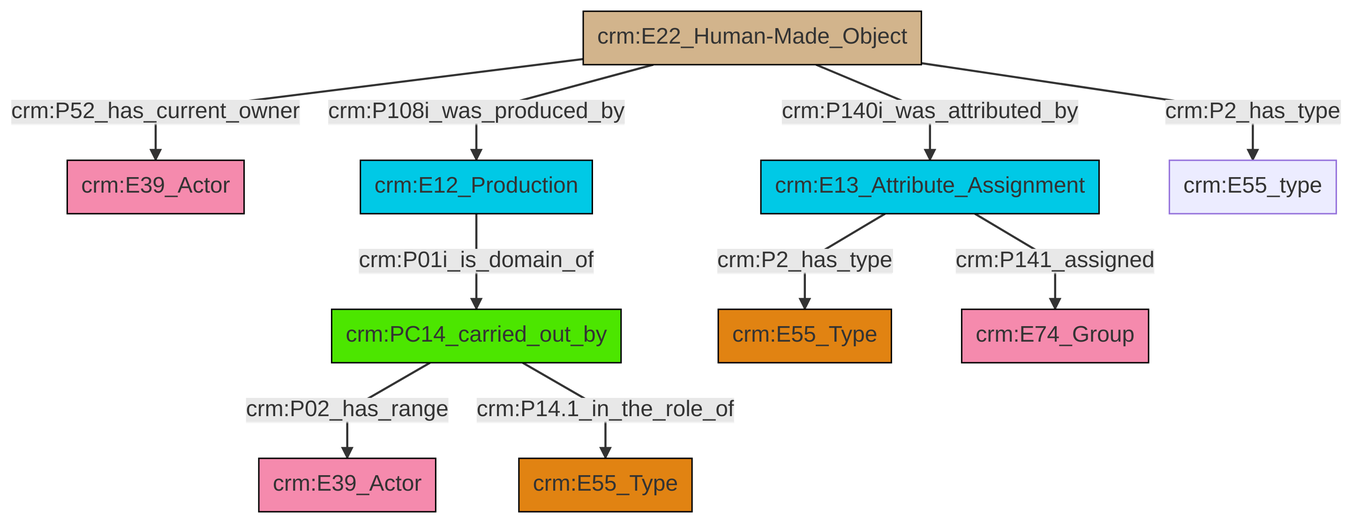
This is et/builtWorkCSV/ttl/mmd/png/Built_Work_actor_relations.png from swiss-art-research-net/docs.swissartresearch, a Mermaid export, as it was before one commit. Its source is kept beside it as et/builtWorkCSV/ttl/mmd/Built_Work_actor_relations.ttl.mmd.
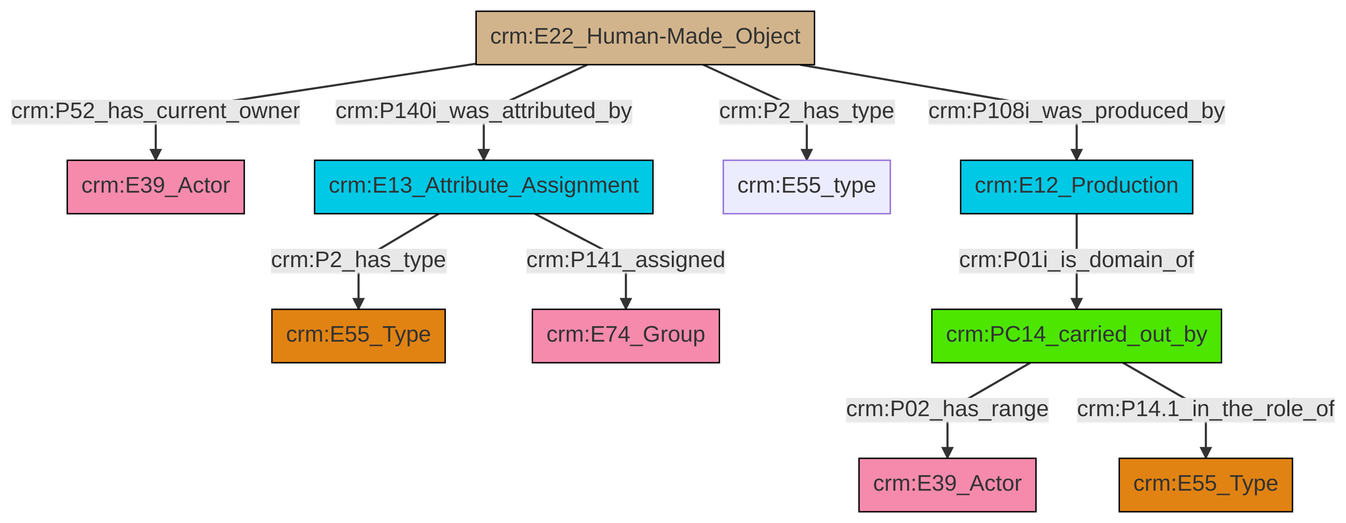
After the change.

What changed in the source:
```diff
@@ -13,12 +13,12 @@
 classDef PC_Classes fill:#4ce600, stroke:#000000;
 classDef Multi fill:#cccccc,stroke:#000000;
 
-0["crm:E13_Attribute_Assignment"]:::Temporal_Entity -->|crm:P2_has_type| 4["crm:E55_Type"]:::Type
-8["crm:E12_Production"]:::Temporal_Entity -->|crm:P01i_is_domain_of| 6["crm:PC14_carried_out_by"]:::PC_Classes
-6["crm:PC14_carried_out_by"]:::PC_Classes -->|crm:P02_has_range| 16["crm:E39_Actor"]:::Actor
-0["crm:E13_Attribute_Assignment"]:::Temporal_Entity -->|crm:P141_assigned| 17["crm:E74_Group"]:::Actor
-2["crm:E22_Human-Made_Object"]:::Physical_Thing -->|crm:P52_has_current_owner| 12["crm:E39_Actor"]:::Actor
-2["crm:E22_Human-Made_Object"]:::Physical_Thing -->|crm:P108i_was_produced_by| 8["crm:E12_Production"]:::Temporal_Entity
-6["crm:PC14_carried_out_by"]:::PC_Classes -->|crm:P14.1_in_the_role_of| 10["crm:E55_Type"]:::Type
-2["crm:E22_Human-Made_Object"]:::Physical_Thing -->|crm:P140i_was_attributed_by| 0["crm:E13_Attribute_Assignment"]:::Temporal_Entity
-2["crm:E22_Human-Made_Object"]:::Physical_Thing -->|crm:P2_has_type| 14["crm:E55_type"]:::Default
+6["crm:E13_Attribute_Assignment"]:::Temporal_Entity -->|crm:P2_has_type| 7["crm:E55_Type"]:::Type
+11["crm:PC14_carried_out_by"]:::PC_Classes -->|crm:P02_has_range| 12["crm:E39_Actor"]:::Actor
+6["crm:E13_Attribute_Assignment"]:::Temporal_Entity -->|crm:P141_assigned| 13["crm:E74_Group"]:::Actor
+9["crm:E12_Production"]:::Temporal_Entity -->|crm:P01i_is_domain_of| 11["crm:PC14_carried_out_by"]:::PC_Classes
+11["crm:PC14_carried_out_by"]:::PC_Classes -->|crm:P14.1_in_the_role_of| 0["crm:E55_Type"]:::Type
+4["crm:E22_Human-Made_Object"]:::Physical_Thing -->|crm:P52_has_current_owner| 17["crm:E39_Actor"]:::Actor
+4["crm:E22_Human-Made_Object"]:::Physical_Thing -->|crm:P140i_was_attributed_by| 6["crm:E13_Attribute_Assignment"]:::Temporal_Entity
+4["crm:E22_Human-Made_Object"]:::Physical_Thing -->|crm:P2_has_type| 2["crm:E55_type"]:::Default
+4["crm:E22_Human-Made_Object"]:::Physical_Thing -->|crm:P108i_was_produced_by| 9["crm:E12_Production"]:::Temporal_Entity
```
